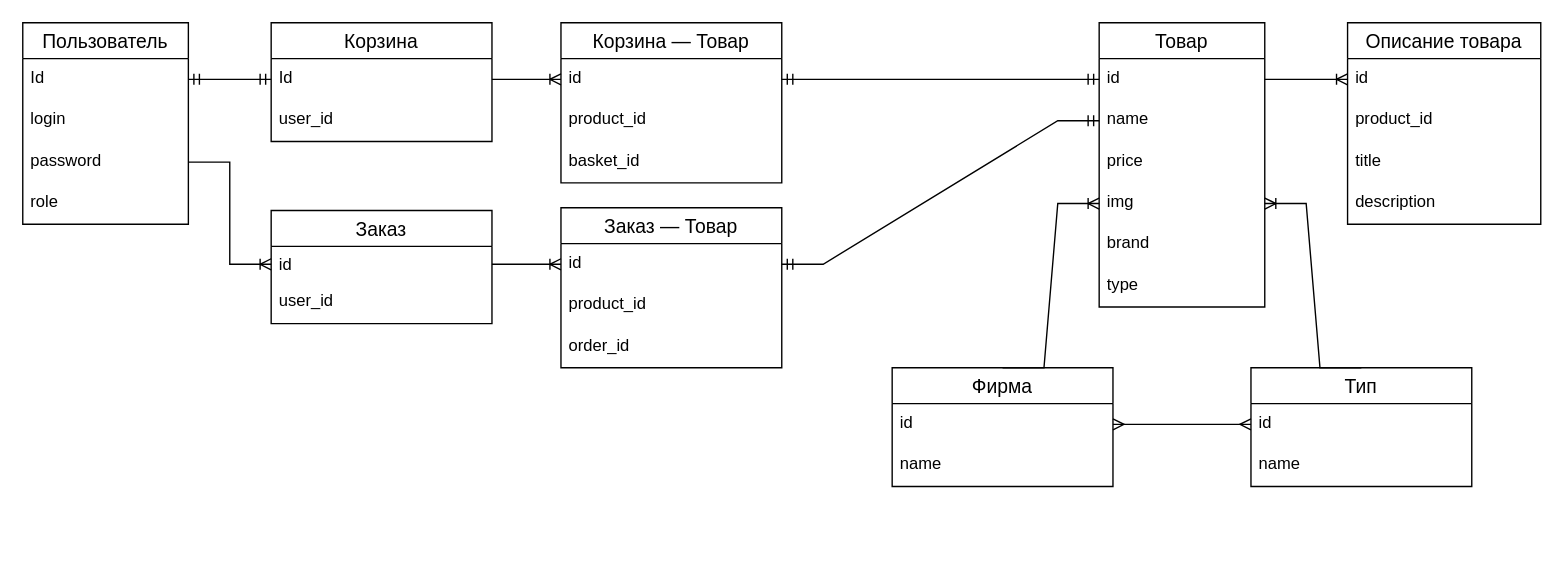
Arteminariy/shop keeps this draw.io diagram as схема.drawio. Above is the earlier version. Source tidied: cells renumbered, new cells numbered last; positions are measured from the earlier drawing's top-left corner, leaving out a move shared by most shapes. Both pictures are drawn from the tidied source at 138%, with x=0, y=0 at pixel (22, 22).
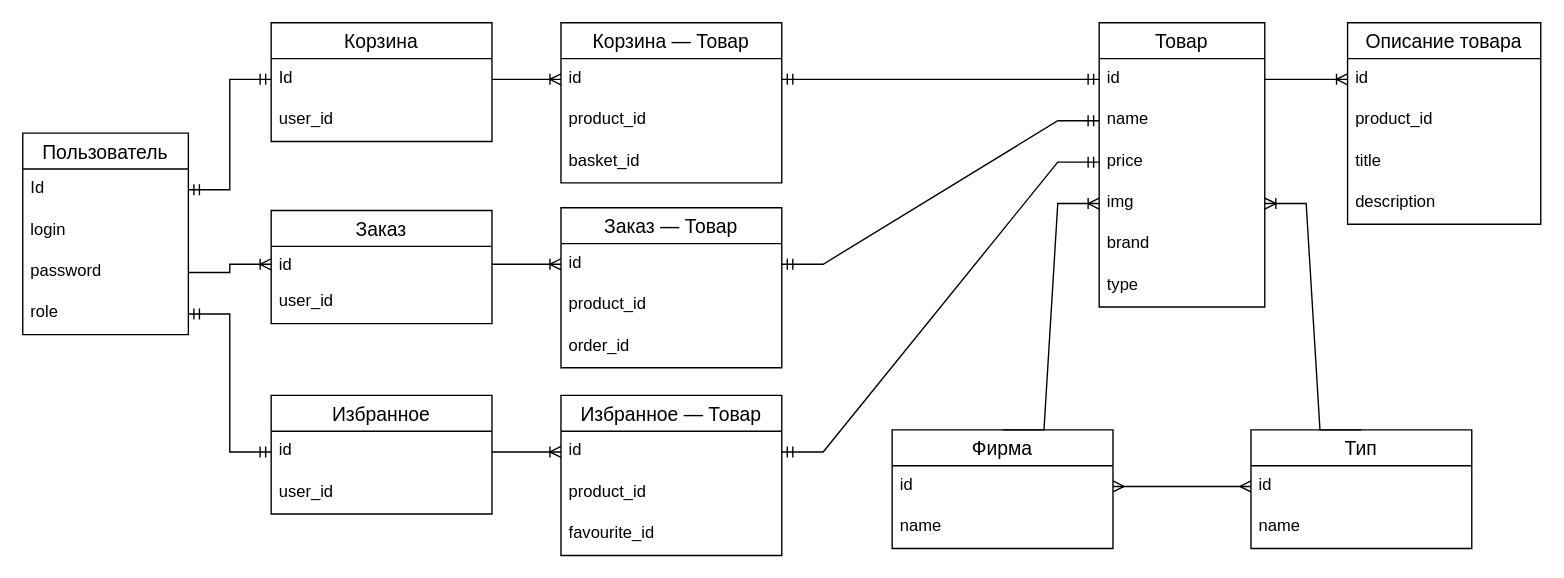
The same diagram, later.

Unchanged cells that the change refers to:
```xml
<mxCell id="6" value="role" style="text;strokeColor=none;fillColor=none;spacingLeft=4;spacingRight=4;overflow=hidden;points=[[0,0.5],[1,0.5]];portConstraint=eastwest;fontSize=12;" parent="2" vertex="1">
  <mxGeometry y="116" width="120" height="30" as="geometry" />
</mxCell>
<mxCell id="14" value="price" style="text;strokeColor=none;fillColor=none;spacingLeft=4;spacingRight=4;overflow=hidden;points=[[0,0.5],[1,0.5]];portConstraint=eastwest;fontSize=12;" parent="11" vertex="1">
  <mxGeometry y="86" width="120" height="30" as="geometry" />
</mxCell>
```

Change to the diagram source:
```diff
@@
     <mxCell id="2" value="Пользователь" style="swimlane;fontStyle=0;horizontal=1;startSize=26;align=center;fontSize=14;" parent="1" vertex="1">
-      <mxGeometry width="120" height="146" as="geometry" />
+      <mxGeometry y="80" width="120" height="146" as="geometry" />
     </mxCell>
@@
     <mxCell id="30" value="Фирма" style="swimlane;fontStyle=0;horizontal=1;startSize=26;align=center;fontSize=14;" parent="1" vertex="1">
-      <mxGeometry x="630" y="250" width="160" height="86" as="geometry" />
+      <mxGeometry x="630" y="295" width="160" height="86" as="geometry" />
     </mxCell>
@@
     <mxCell id="33" value="Тип" style="swimlane;fontStyle=0;horizontal=1;startSize=26;align=center;fontSize=14;" parent="1" vertex="1">
-      <mxGeometry x="890" y="250" width="160" height="86" as="geometry" />
+      <mxGeometry x="890" y="295" width="160" height="86" as="geometry" />
     </mxCell>
@@
+    <mxCell id="49" value="Избранное" style="swimlane;fontStyle=0;horizontal=1;startSize=26;align=center;fontSize=14;" parent="1" vertex="1">
+      <mxGeometry x="180" y="270" width="160" height="86" as="geometry" />
+    </mxCell>
+    <mxCell id="50" value="id" style="text;strokeColor=none;fillColor=none;spacingLeft=4;spacingRight=4;overflow=hidden;points=[[0,0.5],[1,0.5]];portConstraint=eastwest;fontSize=12;" parent="49" vertex="1">
+      <mxGeometry y="26" width="160" height="30" as="geometry" />
+    </mxCell>
+    <mxCell id="51" value="user_id" style="text;strokeColor=none;fillColor=none;spacingLeft=4;spacingRight=4;overflow=hidden;fontSize=12;" parent="49" vertex="1">
+      <mxGeometry y="56" width="160" height="30" as="geometry" />
+    </mxCell>
+    <mxCell id="52" value="Избранное — Товар" style="swimlane;fontStyle=0;horizontal=1;startSize=26;align=center;fontSize=14;" parent="1" vertex="1">
+      <mxGeometry x="390" y="270" width="160" height="116" as="geometry" />
+    </mxCell>
+    <mxCell id="53" value="id " style="text;strokeColor=none;fillColor=none;spacingLeft=4;spacingRight=4;overflow=hidden;points=[[0,0.5],[1,0.5]];portConstraint=eastwest;fontSize=12;" parent="52" vertex="1">
+      <mxGeometry y="26" width="160" height="30" as="geometry" />
+    </mxCell>
+    <mxCell id="54" value="product_id" style="text;strokeColor=none;fillColor=none;spacingLeft=4;spacingRight=4;overflow=hidden;fontSize=12;" parent="52" vertex="1">
+      <mxGeometry y="56" width="160" height="30" as="geometry" />
+    </mxCell>
+    <mxCell id="55" value="favourite_id" style="text;strokeColor=none;fillColor=none;spacingLeft=4;spacingRight=4;overflow=hidden;fontSize=12;" parent="52" vertex="1">
+      <mxGeometry y="86" width="160" height="30" as="geometry" />
+    </mxCell>
+    <mxCell id="56" style="edgeStyle=entityRelationEdgeStyle;fontSize=12;html=1;endArrow=ERmandOne;startArrow=ERmandOne;rounded=0;exitX=1;exitY=0.5;exitDx=0;exitDy=0;entryX=0;entryY=0.5;entryDx=0;entryDy=0;" parent="1" edge="1" source="6" target="50">
+      <mxGeometry relative="1" as="geometry" />
+    </mxCell>
+    <mxCell id="57" style="edgeStyle=entityRelationEdgeStyle;fontSize=12;html=1;endArrow=ERmandOne;startArrow=ERmandOne;rounded=0;exitX=1;exitY=0.5;exitDx=0;exitDy=0;entryX=0;entryY=0.5;entryDx=0;entryDy=0;" parent="1" edge="1" source="53" target="14">
+      <mxGeometry relative="1" as="geometry" />
+    </mxCell>
+    <mxCell id="58" style="edgeStyle=entityRelationEdgeStyle;fontSize=12;html=1;endArrow=ERoneToMany;rounded=0;exitX=1;exitY=0.5;exitDx=0;exitDy=0;entryX=0;entryY=0.5;entryDx=0;entryDy=0;" parent="1" edge="1" source="50" target="53">
+      <mxGeometry relative="1" as="geometry" />
+    </mxCell>
```
